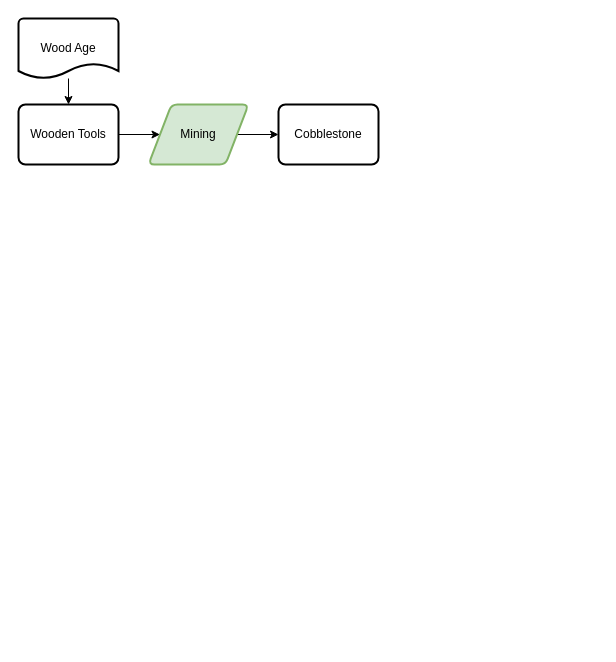
Before: page "Wood Age" (4 of 5) of flowcharts/progression.drawio in MeepishRealms/Cog, a draw.io diagram. Source tidied: cells renumbered, new cells numbered last; positions are measured from the earlier drawing's top-left corner, leaving out a move shared by most shapes. Both pictures are drawn from the tidied source at 100%, with x=0, y=0 at pixel (18, 18).
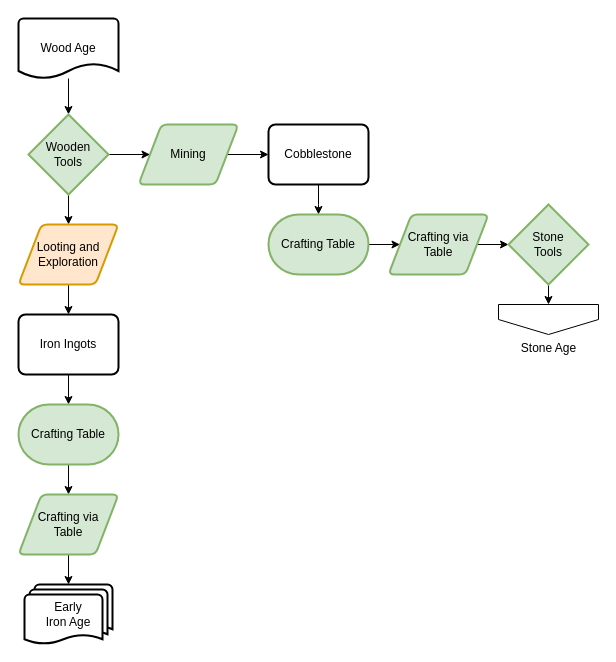
The same page after the edit.

Diff of the diagram source:
```diff
@@
-    <mxCell id="2" style="edgeStyle=orthogonalEdgeStyle;rounded=0;jettySize=auto;html=1;" parent="1" edge="1" source="3" target="7">
-      <mxGeometry relative="1" as="geometry" />
-    </mxCell>
-    <mxCell id="3" value="Wooden Tools" style="rounded=1;whiteSpace=wrap;html=1;absoluteArcSize=1;arcSize=14;strokeWidth=2;" parent="1" vertex="1">
-      <mxGeometry y="86" width="100" height="60" as="geometry" />
-    </mxCell>
@@
     <mxCell id="7" value="Mining" style="shape=parallelogram;html=1;strokeWidth=2;perimeter=parallelogramPerimeter;whiteSpace=wrap;rounded=1;arcSize=12;size=0.23;fillColor=#d5e8d4;strokeColor=#82b366;" parent="1" vertex="1">
-      <mxGeometry x="130" y="86" width="100" height="60" as="geometry" />
+      <mxGeometry x="120" y="106" width="100" height="60" as="geometry" />
     </mxCell>
+    <mxCell id="9" style="edgeStyle=orthogonalEdgeStyle;rounded=0;jettySize=auto;html=1;" parent="1" edge="1" source="8">
+      <mxGeometry relative="1" as="geometry">
+        <mxPoint x="300" y="196" as="targetPoint" />
+      </mxGeometry>
+    </mxCell>
     <mxCell id="8" value="Cobblestone" style="rounded=1;whiteSpace=wrap;html=1;absoluteArcSize=1;arcSize=14;strokeWidth=2;" parent="1" vertex="1">
-      <mxGeometry x="260" y="86" width="100" height="60" as="geometry" />
+      <mxGeometry x="250" y="106" width="100" height="60" as="geometry" />
     </mxCell>
+    <mxCell id="2" style="edgeStyle=orthogonalEdgeStyle;rounded=0;jettySize=auto;html=1;" parent="1" edge="1" source="3" target="7">
+      <mxGeometry relative="1" as="geometry" />
+    </mxCell>
+    <mxCell id="10" style="edgeStyle=orthogonalEdgeStyle;rounded=0;jettySize=auto;html=1;exitX=0.5;exitY=1;exitDx=0;exitDy=0;exitPerimeter=0;" parent="1" edge="1" source="3">
+      <mxGeometry relative="1" as="geometry">
+        <mxPoint x="50" y="206" as="targetPoint" />
+      </mxGeometry>
+    </mxCell>
+    <mxCell id="3" value="Wooden&lt;br&gt;Tools" style="strokeWidth=2;html=1;shape=mxgraph.flowchart.decision;whiteSpace=wrap;fillColor=#d5e8d4;strokeColor=#82b366;" parent="1" vertex="1">
+      <mxGeometry x="10" y="96" width="80" height="80" as="geometry" />
+    </mxCell>
+    <mxCell id="11" style="edgeStyle=orthogonalEdgeStyle;rounded=0;jettySize=auto;html=1;exitX=1;exitY=0.5;exitDx=0;exitDy=0;exitPerimeter=0;entryX=0;entryY=0.5;entryDx=0;entryDy=0;" parent="1" edge="1" source="12" target="14">
+      <mxGeometry relative="1" as="geometry" />
+    </mxCell>
+    <mxCell id="12" value="Crafting Table" style="strokeWidth=2;html=1;shape=mxgraph.flowchart.terminator;whiteSpace=wrap;fillColor=#d5e8d4;strokeColor=#82b366;" parent="1" vertex="1">
+      <mxGeometry x="250" y="196" width="100" height="60" as="geometry" />
+    </mxCell>
+    <mxCell id="13" style="edgeStyle=orthogonalEdgeStyle;rounded=0;jettySize=auto;html=1;exitX=1;exitY=0.5;exitDx=0;exitDy=0;entryX=0;entryY=0.5;entryDx=0;entryDy=0;entryPerimeter=0;" parent="1" edge="1" source="14" target="16">
+      <mxGeometry relative="1" as="geometry" />
+    </mxCell>
+    <mxCell id="14" value="Crafting via&lt;br&gt;Table" style="shape=parallelogram;html=1;strokeWidth=2;perimeter=parallelogramPerimeter;whiteSpace=wrap;rounded=1;arcSize=12;size=0.23;fillColor=#d5e8d4;strokeColor=#82b366;" parent="1" vertex="1">
+      <mxGeometry x="370" y="196" width="100" height="60" as="geometry" />
+    </mxCell>
+    <mxCell id="15" style="edgeStyle=orthogonalEdgeStyle;rounded=0;jettySize=auto;html=1;exitX=0.5;exitY=1;exitDx=0;exitDy=0;exitPerimeter=0;entryX=0.5;entryY=0;entryDx=0;entryDy=0;" parent="1" edge="1" source="16" target="17">
+      <mxGeometry relative="1" as="geometry" />
+    </mxCell>
+    <mxCell id="16" value="Stone&lt;br&gt;Tools" style="strokeWidth=2;html=1;shape=mxgraph.flowchart.decision;whiteSpace=wrap;fillColor=#d5e8d4;strokeColor=#82b366;" parent="1" vertex="1">
+      <mxGeometry x="490" y="186" width="80" height="80" as="geometry" />
+    </mxCell>
+    <mxCell id="17" value="Stone Age" style="verticalLabelPosition=bottom;verticalAlign=top;html=1;shape=offPageConnector;rounded=0;size=0.5;" parent="1" vertex="1">
+      <mxGeometry x="480" y="286" width="100" height="30" as="geometry" />
+    </mxCell>
+    <mxCell id="18" style="edgeStyle=orthogonalEdgeStyle;rounded=0;jettySize=auto;html=1;exitX=0.5;exitY=1;exitDx=0;exitDy=0;" parent="1" edge="1" source="19">
+      <mxGeometry relative="1" as="geometry">
+        <mxPoint x="50" y="296" as="targetPoint" />
+      </mxGeometry>
+    </mxCell>
+    <mxCell id="19" value="Looting and&lt;br&gt;Exploration" style="shape=parallelogram;html=1;strokeWidth=2;perimeter=parallelogramPerimeter;whiteSpace=wrap;rounded=1;arcSize=12;size=0.23;fillColor=#ffe6cc;strokeColor=#d79b00;" parent="1" vertex="1">
+      <mxGeometry y="206" width="100" height="60" as="geometry" />
+    </mxCell>
+    <mxCell id="20" style="edgeStyle=orthogonalEdgeStyle;rounded=0;jettySize=auto;html=1;" parent="1" edge="1" source="21" target="23">
+      <mxGeometry relative="1" as="geometry" />
+    </mxCell>
+    <mxCell id="21" value="Iron Ingots" style="rounded=1;whiteSpace=wrap;html=1;absoluteArcSize=1;arcSize=14;strokeWidth=2;" parent="1" vertex="1">
+      <mxGeometry y="296" width="100" height="60" as="geometry" />
+    </mxCell>
+    <mxCell id="22" style="edgeStyle=orthogonalEdgeStyle;rounded=0;jettySize=auto;html=1;exitX=0.5;exitY=1;exitDx=0;exitDy=0;exitPerimeter=0;entryX=0.5;entryY=0;entryDx=0;entryDy=0;" parent="1" edge="1" source="23" target="25">
+      <mxGeometry relative="1" as="geometry" />
+    </mxCell>
+    <mxCell id="23" value="Crafting Table" style="strokeWidth=2;html=1;shape=mxgraph.flowchart.terminator;whiteSpace=wrap;fillColor=#d5e8d4;strokeColor=#82b366;" parent="1" vertex="1">
+      <mxGeometry y="386" width="100" height="60" as="geometry" />
+    </mxCell>
+    <mxCell id="24" style="edgeStyle=orthogonalEdgeStyle;rounded=0;jettySize=auto;html=1;" parent="1" edge="1" source="25" target="26">
+      <mxGeometry relative="1" as="geometry" />
+    </mxCell>
+    <mxCell id="25" value="Crafting via&lt;br&gt;Table" style="shape=parallelogram;html=1;strokeWidth=2;perimeter=parallelogramPerimeter;whiteSpace=wrap;rounded=1;arcSize=12;size=0.23;fillColor=#d5e8d4;strokeColor=#82b366;" parent="1" vertex="1">
+      <mxGeometry y="476" width="100" height="60" as="geometry" />
+    </mxCell>
+    <mxCell id="26" value="Early&lt;br&gt;Iron Age" style="strokeWidth=2;html=1;shape=mxgraph.flowchart.multi-document;whiteSpace=wrap;" parent="1" vertex="1">
+      <mxGeometry x="6" y="566" width="88" height="60" as="geometry" />
+    </mxCell>
```
